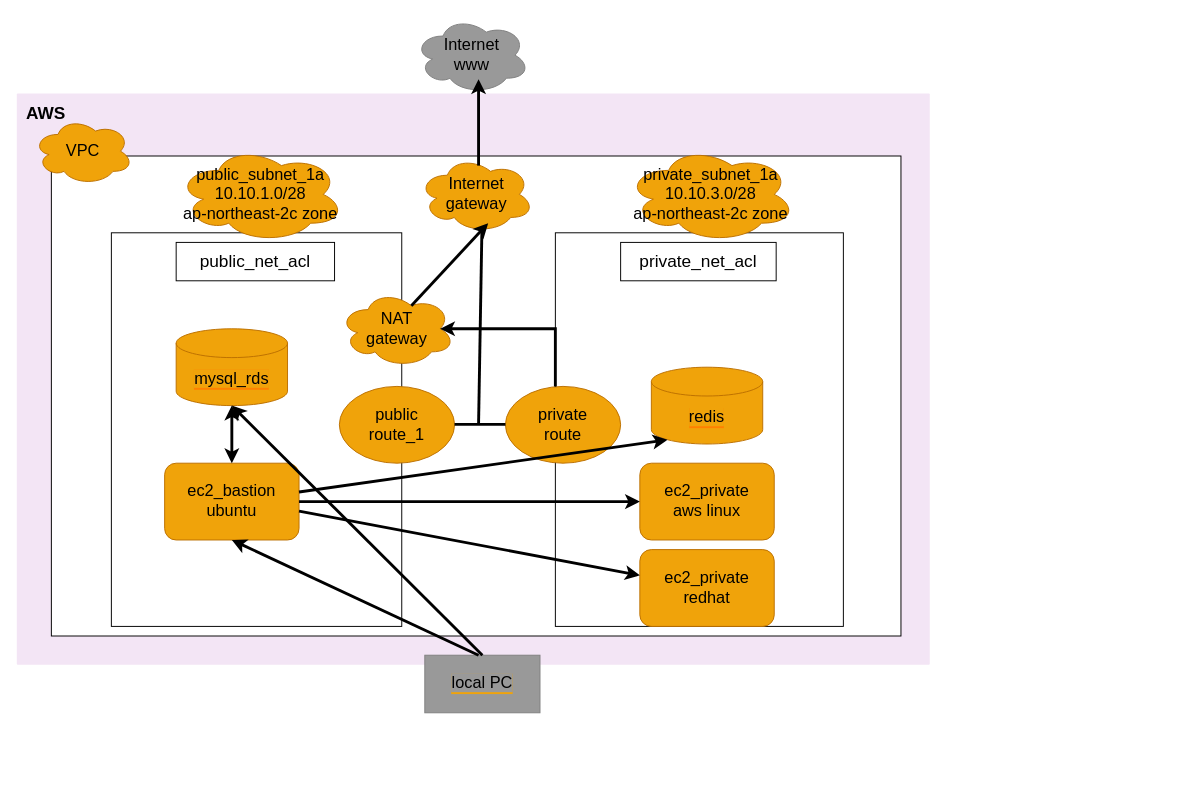
Before: terraform_aws_diagram.drawio in choiis/AWS-terraform, a draw.io diagram. Source tidied: cells renumbered, new cells numbered last; positions are measured from the earlier drawing's top-left corner, leaving out a move shared by most shapes. Both pictures are drawn from the tidied source at 96%, with x=0, y=0 at pixel (16, 16).
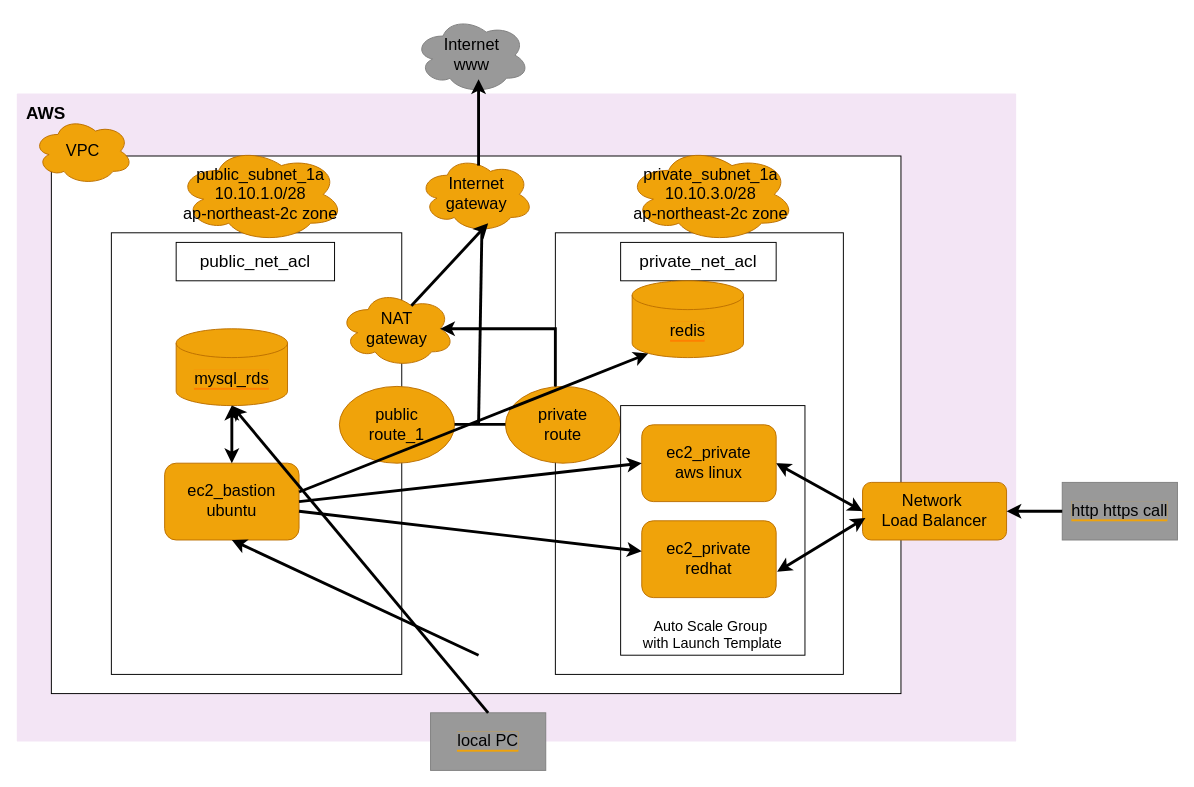
The same diagram, later.

The edit, as a diff of the source:
```diff
@@
-    <mxCell id="0" />
-    <mxCell id="1" parent="0" />
+    <mxCell id="33" />
+    <mxCell id="34" parent="33" />
-    <mxCell id="2" value="&lt;font color=&quot;#000000&quot;&gt;&lt;span style=&quot;font-size: 18px&quot;&gt;&lt;b&gt;AWS&lt;/b&gt;&lt;/span&gt;&lt;/font&gt;" style="rounded=1;absoluteArcSize=1;arcSize=2;html=1;strokeColor=none;gradientColor=none;shadow=0;dashed=0;fontSize=12;fontColor=#9E9E9E;align=left;verticalAlign=top;spacing=10;spacingTop=-4;fillColor=#F3E5F5;" parent="1" vertex="1">
-      <mxGeometry y="80" width="951" height="595" as="geometry" />
+    <mxCell id="2" value="&lt;font color=&quot;#000000&quot;&gt;&lt;span style=&quot;font-size: 18px&quot;&gt;&lt;b&gt;AWS&lt;/b&gt;&lt;/span&gt;&lt;/font&gt;" style="rounded=1;absoluteArcSize=1;arcSize=2;html=1;strokeColor=none;gradientColor=none;shadow=0;dashed=0;fontSize=12;fontColor=#9E9E9E;align=left;verticalAlign=top;spacing=10;spacingTop=-4;fillColor=#F3E5F5;" parent="34" vertex="1">
+      <mxGeometry y="80" width="1041" height="675" as="geometry" />
     </mxCell>
-    <mxCell id="3" style="rounded=0;whiteSpace=wrap;html=1;" parent="1" vertex="1">
-      <mxGeometry x="36" y="145" width="885" height="500" as="geometry" />
-    </mxCell>
+    <mxCell id="35" style="rounded=0;whiteSpace=wrap;html=1;" parent="34" vertex="1">
+      <mxGeometry x="36" y="145" width="885" height="560" as="geometry" />
+    </mxCell>
-    <mxCell id="4" value="&lt;font style=&quot;font-size: 17px&quot;&gt;VPC&lt;/font&gt;" style="ellipse;shape=cloud;whiteSpace=wrap;html=1;fillColor=#f0a30a;fontColor=#000000;strokeColor=#BD7000;" parent="1" vertex="1">
+    <mxCell id="4" value="&lt;font style=&quot;font-size: 17px&quot;&gt;VPC&lt;/font&gt;" style="ellipse;shape=cloud;whiteSpace=wrap;html=1;fillColor=#f0a30a;fontColor=#000000;strokeColor=#BD7000;" parent="34" vertex="1">
       <mxGeometry x="17" y="105" width="104" height="70" as="geometry" />
     </mxCell>
-    <mxCell id="5" style="rounded=0;whiteSpace=wrap;html=1;fontSize=17;" parent="1" vertex="1">
-      <mxGeometry x="98.5" y="225" width="302.5" height="410" as="geometry" />
-    </mxCell>
-    <mxCell id="6" style="rounded=0;whiteSpace=wrap;html=1;fontSize=17;" parent="1" vertex="1">
-      <mxGeometry x="561" y="225" width="300" height="410" as="geometry" />
-    </mxCell>
+    <mxCell id="36" style="rounded=0;whiteSpace=wrap;html=1;fontSize=17;" parent="34" vertex="1">
+      <mxGeometry x="98.5" y="225" width="302.5" height="460" as="geometry" />
+    </mxCell>
+    <mxCell id="37" style="rounded=0;whiteSpace=wrap;html=1;fontSize=17;" parent="34" vertex="1">
+      <mxGeometry x="561" y="225" width="300" height="460" as="geometry" />
+    </mxCell>
-    <mxCell id="7" value="&lt;font style=&quot;font-size: 17px&quot;&gt;public_subnet_1a&lt;br&gt;10.10.1.0/28&lt;br&gt;ap-northeast-2c zone&lt;br&gt;&lt;/font&gt;" style="ellipse;shape=cloud;whiteSpace=wrap;html=1;fillColor=#f0a30a;fontColor=#000000;strokeColor=#BD7000;" parent="1" vertex="1">
+    <mxCell id="7" value="&lt;font style=&quot;font-size: 17px&quot;&gt;public_subnet_1a&lt;br&gt;10.10.1.0/28&lt;br&gt;ap-northeast-2c zone&lt;br&gt;&lt;/font&gt;" style="ellipse;shape=cloud;whiteSpace=wrap;html=1;fillColor=#f0a30a;fontColor=#000000;strokeColor=#BD7000;" parent="34" vertex="1">
       <mxGeometry x="166.8" y="135" width="174.2" height="100" as="geometry" />
     </mxCell>
-    <mxCell id="8" value="&lt;font style=&quot;font-size: 17px&quot;&gt;private_subnet_1a&lt;br&gt;10.10.3.0/28&lt;br&gt;ap-northeast-2c zone&lt;br&gt;&lt;/font&gt;" style="ellipse;shape=cloud;whiteSpace=wrap;html=1;fillColor=#f0a30a;fontColor=#000000;strokeColor=#BD7000;" parent="1" vertex="1">
+    <mxCell id="8" value="&lt;font style=&quot;font-size: 17px&quot;&gt;private_subnet_1a&lt;br&gt;10.10.3.0/28&lt;br&gt;ap-northeast-2c zone&lt;br&gt;&lt;/font&gt;" style="ellipse;shape=cloud;whiteSpace=wrap;html=1;fillColor=#f0a30a;fontColor=#000000;strokeColor=#BD7000;" parent="34" vertex="1">
       <mxGeometry x="635" y="135" width="176" height="100" as="geometry" />
     </mxCell>
-    <mxCell id="9" value="&lt;font style=&quot;font-size: 18px&quot;&gt;public_net_acl&lt;/font&gt;" style="rounded=0;whiteSpace=wrap;html=1;fontSize=17;" parent="1" vertex="1">
+    <mxCell id="9" value="&lt;font style=&quot;font-size: 18px&quot;&gt;public_net_acl&lt;/font&gt;" style="rounded=0;whiteSpace=wrap;html=1;fontSize=17;" parent="34" vertex="1">
       <mxGeometry x="166" y="235" width="165" height="40" as="geometry" />
     </mxCell>
-    <mxCell id="10" value="&lt;font style=&quot;font-size: 18px&quot;&gt;private_net_acl&lt;/font&gt;" style="rounded=0;whiteSpace=wrap;html=1;fontSize=17;" parent="1" vertex="1">
+    <mxCell id="10" value="&lt;font style=&quot;font-size: 18px&quot;&gt;private_net_acl&lt;/font&gt;" style="rounded=0;whiteSpace=wrap;html=1;fontSize=17;" parent="34" vertex="1">
       <mxGeometry x="629" y="235" width="162" height="40" as="geometry" />
     </mxCell>
-    <mxCell id="11" value="&lt;font style=&quot;font-size: 17px&quot;&gt;Internet&lt;br&gt;gateway&lt;br&gt;&lt;/font&gt;" style="ellipse;shape=cloud;whiteSpace=wrap;html=1;fillColor=#f0a30a;fontColor=#000000;strokeColor=#BD7000;" parent="1" vertex="1">
+    <mxCell id="11" value="&lt;font style=&quot;font-size: 17px&quot;&gt;Internet&lt;br&gt;gateway&lt;br&gt;&lt;/font&gt;" style="ellipse;shape=cloud;whiteSpace=wrap;html=1;fillColor=#f0a30a;fontColor=#000000;strokeColor=#BD7000;" parent="34" vertex="1">
       <mxGeometry x="418.5" y="145" width="120" height="80" as="geometry" />
     </mxCell>
-    <mxCell id="12" value="public&lt;br&gt;route_1" style="ellipse;whiteSpace=wrap;html=1;fontSize=17;fillColor=#f0a30a;fontColor=#000000;strokeColor=#BD7000;" parent="1" vertex="1">
+    <mxCell id="12" value="public&lt;br&gt;route_1" style="ellipse;whiteSpace=wrap;html=1;fontSize=17;fillColor=#f0a30a;fontColor=#000000;strokeColor=#BD7000;" parent="34" vertex="1">
       <mxGeometry x="336" y="385" width="120" height="80" as="geometry" />
     </mxCell>
-    <mxCell id="13" value="private&lt;br&gt;route" style="ellipse;whiteSpace=wrap;html=1;fontSize=17;fillColor=#f0a30a;fontColor=#000000;strokeColor=#BD7000;" parent="1" vertex="1">
+    <mxCell id="13" value="private&lt;br&gt;route" style="ellipse;whiteSpace=wrap;html=1;fontSize=17;fillColor=#f0a30a;fontColor=#000000;strokeColor=#BD7000;" parent="34" vertex="1">
       <mxGeometry x="509" y="385" width="120" height="80" as="geometry" />
     </mxCell>
-    <mxCell id="14" value="&lt;font style=&quot;font-size: 17px&quot;&gt;Internet&lt;br&gt;www&lt;br&gt;&lt;/font&gt;" style="ellipse;shape=cloud;whiteSpace=wrap;html=1;fillColor=#999999;fontColor=#000000;strokeColor=#808080;" parent="1" vertex="1">
+    <mxCell id="14" value="&lt;font style=&quot;font-size: 17px&quot;&gt;Internet&lt;br&gt;www&lt;br&gt;&lt;/font&gt;" style="ellipse;shape=cloud;whiteSpace=wrap;html=1;fillColor=#999999;fontColor=#000000;strokeColor=#808080;" parent="34" vertex="1">
       <mxGeometry x="414" width="120" height="80" as="geometry" />
     </mxCell>
-    <mxCell id="15" style="endArrow=none;html=1;rounded=0;fontSize=17;strokeWidth=3;entryX=0;entryY=0.5;entryDx=0;entryDy=0;exitX=1;exitY=0.5;exitDx=0;exitDy=0;" parent="1" edge="1">
-      <mxGeometry relative="1" as="geometry">
-        <mxPoint x="456" y="424.5" as="sourcePoint" />
-        <mxPoint x="509" y="424.5" as="targetPoint" />
-      </mxGeometry>
-    </mxCell>
-    <mxCell id="16" style="endArrow=classic;html=1;rounded=0;fontSize=17;strokeWidth=3;" parent="1" edge="1">
-      <mxGeometry relative="1" as="geometry">
-        <mxPoint x="481" y="155" as="sourcePoint" />
-        <mxPoint x="481" y="65" as="targetPoint" />
-      </mxGeometry>
-    </mxCell>
+    <mxCell id="38" style="endArrow=none;html=1;rounded=0;fontSize=17;strokeWidth=3;entryX=0;entryY=0.5;entryDx=0;entryDy=0;exitX=1;exitY=0.5;exitDx=0;exitDy=0;" parent="34" edge="1">
+      <mxGeometry relative="1" as="geometry">
+        <mxPoint x="456" y="424.5" as="sourcePoint" />
+        <mxPoint x="509" y="424.5" as="targetPoint" />
+      </mxGeometry>
+    </mxCell>
+    <mxCell id="39" style="endArrow=classic;html=1;rounded=0;fontSize=17;strokeWidth=3;" parent="34" edge="1">
+      <mxGeometry relative="1" as="geometry">
+        <mxPoint x="481" y="155" as="sourcePoint" />
+        <mxPoint x="481" y="65" as="targetPoint" />
+      </mxGeometry>
+    </mxCell>
-    <mxCell id="17" value="ec2_bastion&lt;br&gt;ubuntu" style="rounded=1;whiteSpace=wrap;html=1;fontSize=17;strokeColor=#BD7000;fillColor=#f0a30a;fontColor=#000000;" parent="1" vertex="1">
+    <mxCell id="17" value="ec2_bastion&lt;br&gt;ubuntu" style="rounded=1;whiteSpace=wrap;html=1;fontSize=17;strokeColor=#BD7000;fillColor=#f0a30a;fontColor=#000000;" parent="34" vertex="1">
       <mxGeometry x="154" y="465" width="140" height="80" as="geometry" />
     </mxCell>
-    <mxCell id="18" value="&lt;span style=&quot;background-color: rgb(240 , 163 , 10)&quot;&gt;mysql_rds&lt;/span&gt;" style="shape=cylinder3;whiteSpace=wrap;html=1;boundedLbl=1;backgroundOutline=1;size=15;labelBackgroundColor=#FF8000;fontSize=17;strokeColor=#BD7000;fillColor=#f0a30a;fontColor=#000000;" parent="1" vertex="1">
+    <mxCell id="18" value="&lt;span style=&quot;background-color: rgb(240 , 163 , 10)&quot;&gt;mysql_rds&lt;/span&gt;" style="shape=cylinder3;whiteSpace=wrap;html=1;boundedLbl=1;backgroundOutline=1;size=15;labelBackgroundColor=#FF8000;fontSize=17;strokeColor=#BD7000;fillColor=#f0a30a;fontColor=#000000;" parent="34" vertex="1">
       <mxGeometry x="166" y="325" width="116" height="80" as="geometry" />
     </mxCell>
-    <mxCell id="19" value="&lt;span style=&quot;background-color: rgb(153 , 153 , 153)&quot;&gt;local PC&lt;/span&gt;" style="rounded=0;whiteSpace=wrap;html=1;labelBackgroundColor=#F0A30A;fontSize=17;strokeColor=#808080;fillColor=#999999;" parent="1" vertex="1">
-      <mxGeometry x="425" y="665" width="120" height="60" as="geometry" />
+    <mxCell id="19" value="&lt;span style=&quot;background-color: rgb(153 , 153 , 153)&quot;&gt;local PC&lt;/span&gt;" style="rounded=0;whiteSpace=wrap;html=1;labelBackgroundColor=#F0A30A;fontSize=17;strokeColor=#808080;fillColor=#999999;" parent="34" vertex="1">
+      <mxGeometry x="431" y="725" width="120" height="60" as="geometry" />
     </mxCell>
-    <mxCell id="20" style="endArrow=classic;html=1;rounded=0;fontSize=17;strokeWidth=3;exitX=0.5;exitY=0;exitDx=0;exitDy=0;entryX=0.5;entryY=1;entryDx=0;entryDy=0;entryPerimeter=0;" parent="1" edge="1" source="19" target="18">
+    <mxCell id="20" style="endArrow=classic;html=1;rounded=0;fontSize=17;strokeWidth=3;exitX=0.5;exitY=0;exitDx=0;exitDy=0;entryX=0.5;entryY=1;entryDx=0;entryDy=0;entryPerimeter=0;" parent="34" edge="1" source="19" target="18">
       <mxGeometry relative="1" as="geometry" />
     </mxCell>
-    <mxCell id="21" style="endArrow=classic;html=1;rounded=0;fontSize=17;strokeWidth=3;entryX=0.5;entryY=1;entryDx=0;entryDy=0;" parent="1" edge="1" target="17">
-      <mxGeometry relative="1" as="geometry">
-        <mxPoint x="481" y="665" as="sourcePoint" />
-      </mxGeometry>
-    </mxCell>
-    <mxCell id="22" style="endArrow=none;html=1;rounded=0;fontSize=17;strokeWidth=3;exitX=0.55;exitY=0.95;exitDx=0;exitDy=0;exitPerimeter=0;" parent="1" edge="1" source="11">
-      <mxGeometry relative="1" as="geometry">
-        <mxPoint x="481" y="425" as="targetPoint" />
-      </mxGeometry>
-    </mxCell>
+    <mxCell id="40" style="endArrow=classic;html=1;rounded=0;fontSize=17;strokeWidth=3;entryX=0.5;entryY=1;entryDx=0;entryDy=0;" parent="34" edge="1" target="17">
+      <mxGeometry relative="1" as="geometry">
+        <mxPoint x="481" y="665" as="sourcePoint" />
+      </mxGeometry>
+    </mxCell>
+    <mxCell id="41" style="endArrow=none;html=1;rounded=0;fontSize=17;strokeWidth=3;exitX=0.55;exitY=0.95;exitDx=0;exitDy=0;exitPerimeter=0;" parent="34" edge="1" source="11">
+      <mxGeometry relative="1" as="geometry">
+        <mxPoint x="481" y="425" as="targetPoint" />
+      </mxGeometry>
+    </mxCell>
+    <mxCell id="25" value="&lt;font style=&quot;font-size: 17px&quot;&gt;NAT&lt;br&gt;gateway&lt;br&gt;&lt;/font&gt;" style="ellipse;shape=cloud;whiteSpace=wrap;html=1;fillColor=#f0a30a;fontColor=#000000;strokeColor=#BD7000;" parent="34" vertex="1">
+      <mxGeometry x="336" y="285" width="120" height="80" as="geometry" />
+    </mxCell>
+    <mxCell id="42" value="&lt;div&gt;&lt;font style=&quot;font-size: 15px;&quot;&gt;&lt;br&gt;&lt;/font&gt;&lt;/div&gt;&lt;div&gt;&lt;font style=&quot;font-size: 15px;&quot;&gt;&lt;br&gt;&lt;/font&gt;&lt;/div&gt;&lt;div&gt;&lt;font style=&quot;font-size: 15px;&quot;&gt;&lt;br&gt;&lt;/font&gt;&lt;/div&gt;&lt;div&gt;&lt;font style=&quot;font-size: 15px;&quot;&gt;&lt;br&gt;&lt;/font&gt;&lt;/div&gt;&lt;div&gt;&lt;font style=&quot;font-size: 15px;&quot;&gt;&lt;br&gt;&lt;/font&gt;&lt;/div&gt;&lt;div&gt;&lt;font style=&quot;font-size: 15px;&quot;&gt;&lt;br&gt;&lt;/font&gt;&lt;/div&gt;&lt;div&gt;&lt;font style=&quot;font-size: 15px;&quot;&gt;&lt;br&gt;&lt;/font&gt;&lt;/div&gt;&lt;div&gt;&lt;font style=&quot;font-size: 15px;&quot;&gt;&lt;br&gt;&lt;/font&gt;&lt;/div&gt;&lt;div&gt;&lt;font style=&quot;font-size: 15px;&quot;&gt;&lt;br&gt;&lt;/font&gt;&lt;/div&gt;&lt;div&gt;&lt;font style=&quot;font-size: 15px;&quot;&gt;&lt;br&gt;&lt;/font&gt;&lt;/div&gt;&lt;div&gt;&lt;font style=&quot;font-size: 15px;&quot;&gt;&lt;br&gt;&lt;/font&gt;&lt;/div&gt;&lt;div&gt;&lt;font style=&quot;font-size: 15px;&quot;&gt;&lt;br&gt;&lt;/font&gt;&lt;/div&gt;&lt;div&gt;&lt;span style=&quot;color: light-dark(rgb(0, 0, 0), rgb(0, 0, 0)); background-color: transparent;&quot;&gt;&lt;font style=&quot;font-size: 15px;&quot;&gt;Auto Scale Group&amp;nbsp;&lt;/font&gt;&lt;/span&gt;&lt;/div&gt;&lt;div&gt;&lt;font style=&quot;color: light-dark(rgb(0, 0, 0), rgb(0, 0, 0)); font-size: 15px;&quot;&gt;with Launch Template&lt;/font&gt;&lt;/div&gt;" style="rounded=0;whiteSpace=wrap;html=1;fillColor=light-dark(#FFFFFF,#80FF00);" parent="34" vertex="1">
+      <mxGeometry x="629" y="405" width="192" height="260" as="geometry" />
+    </mxCell>
+    <mxCell id="43" style="endArrow=classic;html=1;rounded=0;fontSize=17;strokeWidth=3;entryX=0.875;entryY=0.5;entryDx=0;entryDy=0;entryPerimeter=0;" parent="34" edge="1" source="37" target="25">
+      <mxGeometry relative="1" as="geometry">
+        <Array as="points">
+          <mxPoint x="561" y="385" />
+          <mxPoint x="561" y="335" />
+          <mxPoint x="561" y="325" />
+        </Array>
+      </mxGeometry>
+    </mxCell>
+    <mxCell id="44" style="endArrow=classic;html=1;rounded=0;fontSize=17;strokeWidth=3;exitX=0.625;exitY=0.2;exitDx=0;exitDy=0;exitPerimeter=0;" parent="34" edge="1" source="25">
+      <mxGeometry relative="1" as="geometry">
+        <mxPoint x="491" y="215" as="targetPoint" />
+      </mxGeometry>
+    </mxCell>
+    <mxCell id="45" style="endArrow=classic;startArrow=classic;html=1;rounded=0;strokeWidth=3;exitX=0.5;exitY=0;exitDx=0;exitDy=0;" parent="34" edge="1" source="17">
+      <mxGeometry relative="1" as="geometry">
+        <mxPoint x="224" y="405" as="targetPoint" />
+      </mxGeometry>
+    </mxCell>
+    <mxCell id="29" value="ec2_private&lt;br&gt;redhat" style="rounded=1;whiteSpace=wrap;html=1;fontSize=17;strokeColor=#BD7000;fillColor=#f0a30a;fontColor=#000000;" parent="34" vertex="1">
+      <mxGeometry x="651" y="525" width="140" height="80" as="geometry" />
+    </mxCell>
+    <mxCell id="31" value="&lt;span style=&quot;background-color: rgb(240 , 163 , 10)&quot;&gt;redis&lt;/span&gt;" style="shape=cylinder3;whiteSpace=wrap;html=1;boundedLbl=1;backgroundOutline=1;size=15;labelBackgroundColor=#FF8000;fontSize=17;strokeColor=#BD7000;fillColor=#f0a30a;fontColor=#000000;" parent="34" vertex="1">
+      <mxGeometry x="641" y="275" width="116" height="80" as="geometry" />
+    </mxCell>
+    <mxCell id="46" style="endArrow=classic;html=1;rounded=0;fontSize=17;strokeWidth=3;exitX=1;exitY=0.5;exitDx=0;exitDy=0;entryX=0.145;entryY=1;entryDx=0;entryDy=-4.35;entryPerimeter=0;" parent="34" edge="1" target="31">
+      <mxGeometry relative="1" as="geometry">
+        <mxPoint x="294" y="495" as="sourcePoint" />
+      </mxGeometry>
+    </mxCell>
+    <mxCell id="47" value="Network&amp;nbsp;&lt;div&gt;Load Balancer&lt;/div&gt;" style="rounded=1;whiteSpace=wrap;html=1;fontSize=17;strokeColor=#BD7000;fillColor=#f0a30a;fontColor=#000000;" parent="34" vertex="1">
+      <mxGeometry x="881" y="485" width="150" height="60" as="geometry" />
+    </mxCell>
-    <mxCell id="23" value="ec2_private&lt;br&gt;aws linux" style="rounded=1;whiteSpace=wrap;html=1;fontSize=17;strokeColor=#BD7000;fillColor=#f0a30a;fontColor=#000000;" parent="1" vertex="1">
-      <mxGeometry x="649" y="465" width="140" height="80" as="geometry" />
+    <mxCell id="23" value="ec2_private&lt;br&gt;aws linux" style="rounded=1;whiteSpace=wrap;html=1;fontSize=17;strokeColor=#BD7000;fillColor=#f0a30a;fontColor=#000000;" parent="34" vertex="1">
+      <mxGeometry x="651" y="425" width="140" height="80" as="geometry" />
     </mxCell>
-    <mxCell id="24" style="endArrow=classic;html=1;rounded=0;fontSize=17;strokeWidth=3;exitX=1;exitY=0.5;exitDx=0;exitDy=0;entryX=0;entryY=0.5;entryDx=0;entryDy=0;" parent="1" edge="1" source="17" target="23">
+    <mxCell id="24" style="endArrow=classic;html=1;rounded=0;fontSize=17;strokeWidth=3;exitX=1;exitY=0.5;exitDx=0;exitDy=0;entryX=0;entryY=0.5;entryDx=0;entryDy=0;" parent="34" edge="1" source="17" target="23">
       <mxGeometry relative="1" as="geometry" />
     </mxCell>
-    <mxCell id="25" value="&lt;font style=&quot;font-size: 17px&quot;&gt;NAT&lt;br&gt;gateway&lt;br&gt;&lt;/font&gt;" style="ellipse;shape=cloud;whiteSpace=wrap;html=1;fillColor=#f0a30a;fontColor=#000000;strokeColor=#BD7000;" parent="1" vertex="1">
-      <mxGeometry x="336" y="285" width="120" height="80" as="geometry" />
-    </mxCell>
-    <mxCell id="26" style="endArrow=classic;html=1;rounded=0;fontSize=17;strokeWidth=3;entryX=0.875;entryY=0.5;entryDx=0;entryDy=0;entryPerimeter=0;" parent="1" edge="1" source="6" target="25">
-      <mxGeometry relative="1" as="geometry">
-        <Array as="points">
-          <mxPoint x="561" y="385" />
-          <mxPoint x="561" y="335" />
-          <mxPoint x="561" y="325" />
-        </Array>
-      </mxGeometry>
-    </mxCell>
-    <mxCell id="27" style="endArrow=classic;html=1;rounded=0;fontSize=17;strokeWidth=3;exitX=0.625;exitY=0.2;exitDx=0;exitDy=0;exitPerimeter=0;" parent="1" edge="1" source="25">
-      <mxGeometry relative="1" as="geometry">
-        <mxPoint x="491" y="215" as="targetPoint" />
-      </mxGeometry>
-    </mxCell>
-    <mxCell id="28" style="endArrow=classic;startArrow=classic;html=1;rounded=0;strokeWidth=3;exitX=0.5;exitY=0;exitDx=0;exitDy=0;" parent="1" edge="1" source="17">
-      <mxGeometry relative="1" as="geometry">
-        <mxPoint x="224" y="405" as="targetPoint" />
-      </mxGeometry>
-    </mxCell>
-    <mxCell id="29" value="ec2_private&lt;br&gt;redhat" style="rounded=1;whiteSpace=wrap;html=1;fontSize=17;strokeColor=#BD7000;fillColor=#f0a30a;fontColor=#000000;" parent="1" vertex="1">
-      <mxGeometry x="649" y="555" width="140" height="80" as="geometry" />
-    </mxCell>
-    <mxCell id="30" style="endArrow=classic;html=1;rounded=0;fontSize=17;strokeWidth=3;exitX=1;exitY=0.5;exitDx=0;exitDy=0;" parent="1" edge="1" target="29">
-      <mxGeometry relative="1" as="geometry">
-        <mxPoint x="294" y="515" as="sourcePoint" />
-      </mxGeometry>
-    </mxCell>
-    <mxCell id="31" value="&lt;span style=&quot;background-color: rgb(240 , 163 , 10)&quot;&gt;redis&lt;/span&gt;" style="shape=cylinder3;whiteSpace=wrap;html=1;boundedLbl=1;backgroundOutline=1;size=15;labelBackgroundColor=#FF8000;fontSize=17;strokeColor=#BD7000;fillColor=#f0a30a;fontColor=#000000;" parent="1" vertex="1">
-      <mxGeometry x="661" y="365" width="116" height="80" as="geometry" />
-    </mxCell>
-    <mxCell id="32" style="endArrow=classic;html=1;rounded=0;fontSize=17;strokeWidth=3;exitX=1;exitY=0.5;exitDx=0;exitDy=0;entryX=0.145;entryY=1;entryDx=0;entryDy=-4.35;entryPerimeter=0;" parent="1" edge="1" target="31">
-      <mxGeometry relative="1" as="geometry">
-        <mxPoint x="294" y="495" as="sourcePoint" />
-      </mxGeometry>
-    </mxCell>
+    <mxCell id="48" style="endArrow=classic;html=1;rounded=0;fontSize=17;strokeWidth=3;exitX=1;exitY=0.5;exitDx=0;exitDy=0;" parent="34" edge="1" target="29">
+      <mxGeometry relative="1" as="geometry">
+        <mxPoint x="294" y="515" as="sourcePoint" />
+      </mxGeometry>
+    </mxCell>
+    <mxCell id="49" style="endArrow=classic;startArrow=classic;html=1;rounded=0;strokeWidth=3;exitX=0.5;exitY=0;exitDx=0;exitDy=0;entryX=0;entryY=0.5;entryDx=0;entryDy=0;" parent="34" edge="1" target="47">
+      <mxGeometry relative="1" as="geometry">
+        <mxPoint x="791" y="465" as="sourcePoint" />
+      </mxGeometry>
+    </mxCell>
+    <mxCell id="50" style="endArrow=classic;startArrow=classic;html=1;rounded=0;strokeWidth=3;exitX=0.02;exitY=0.617;exitDx=0;exitDy=0;entryX=1.007;entryY=0.663;entryDx=0;entryDy=0;entryPerimeter=0;exitPerimeter=0;" parent="34" edge="1" source="47" target="29">
+      <mxGeometry relative="1" as="geometry" />
+    </mxCell>
+    <mxCell id="51" value="&lt;span style=&quot;background-color: light-dark(rgb(153, 153, 153), rgb(153, 0, 0));&quot;&gt;http https call&lt;/span&gt;" style="rounded=0;whiteSpace=wrap;html=1;labelBackgroundColor=#F0A30A;fontSize=17;strokeColor=#808080;fillColor=light-dark(#999999,#990000);" parent="34" vertex="1">
+      <mxGeometry x="1089" y="485" width="120" height="60" as="geometry" />
+    </mxCell>
+    <mxCell id="52" style="endArrow=classic;html=1;rounded=0;fontSize=17;strokeWidth=3;exitX=0;exitY=0.5;exitDx=0;exitDy=0;" parent="34" edge="1" source="51">
+      <mxGeometry relative="1" as="geometry">
+        <mxPoint x="1031" y="515" as="targetPoint" />
+      </mxGeometry>
+    </mxCell>
```
